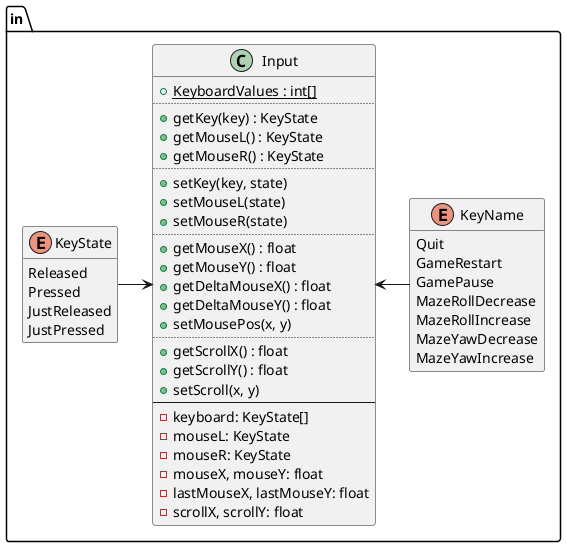
Above: design/in.png in ba6er/marblemaze (PlantUML), before the change.
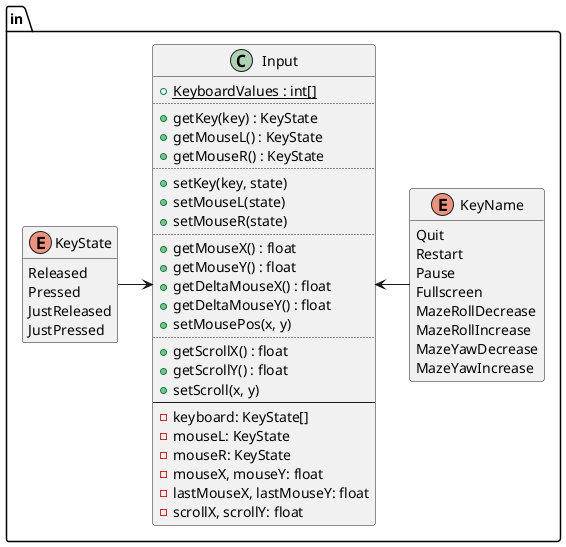
Later version of the same file.

Commit message:
Render in::GamePause to in::Pause, in::GameRestart to in::Restart, added in::Fullscreen, added ability to fullscreen and toggle remembering of game settings

Diff of the diagram source:
```diff
@@ -11,8 +11,9 @@
 
 enum in::KeyName {
 	Quit
-	GameRestart
-	GamePause
+	Restart
+	Pause
+	Fullscreen
 	MazeRollDecrease
 	MazeRollIncrease
 	MazeYawDecrease
```
